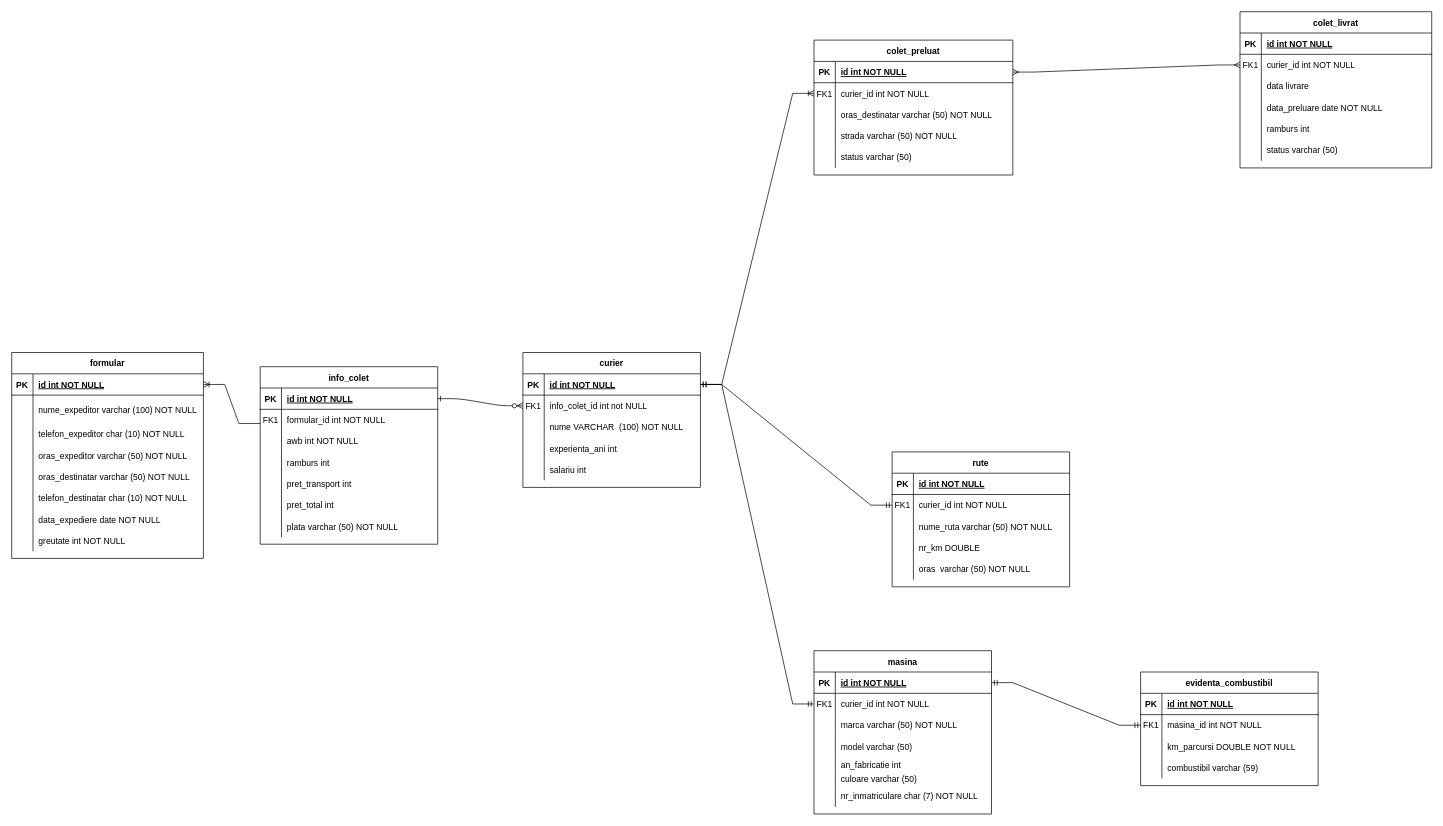
Earlier version of the draw.io diagram Examen.drawio (AndreeaRusanda/examen_sem1_db). Source tidied: cells renumbered, new cells numbered last; positions are measured from the earlier drawing's top-left corner, leaving out a move shared by most shapes. Both pictures are drawn from the tidied source at 71%, with x=0, y=0 at pixel (11, 11).
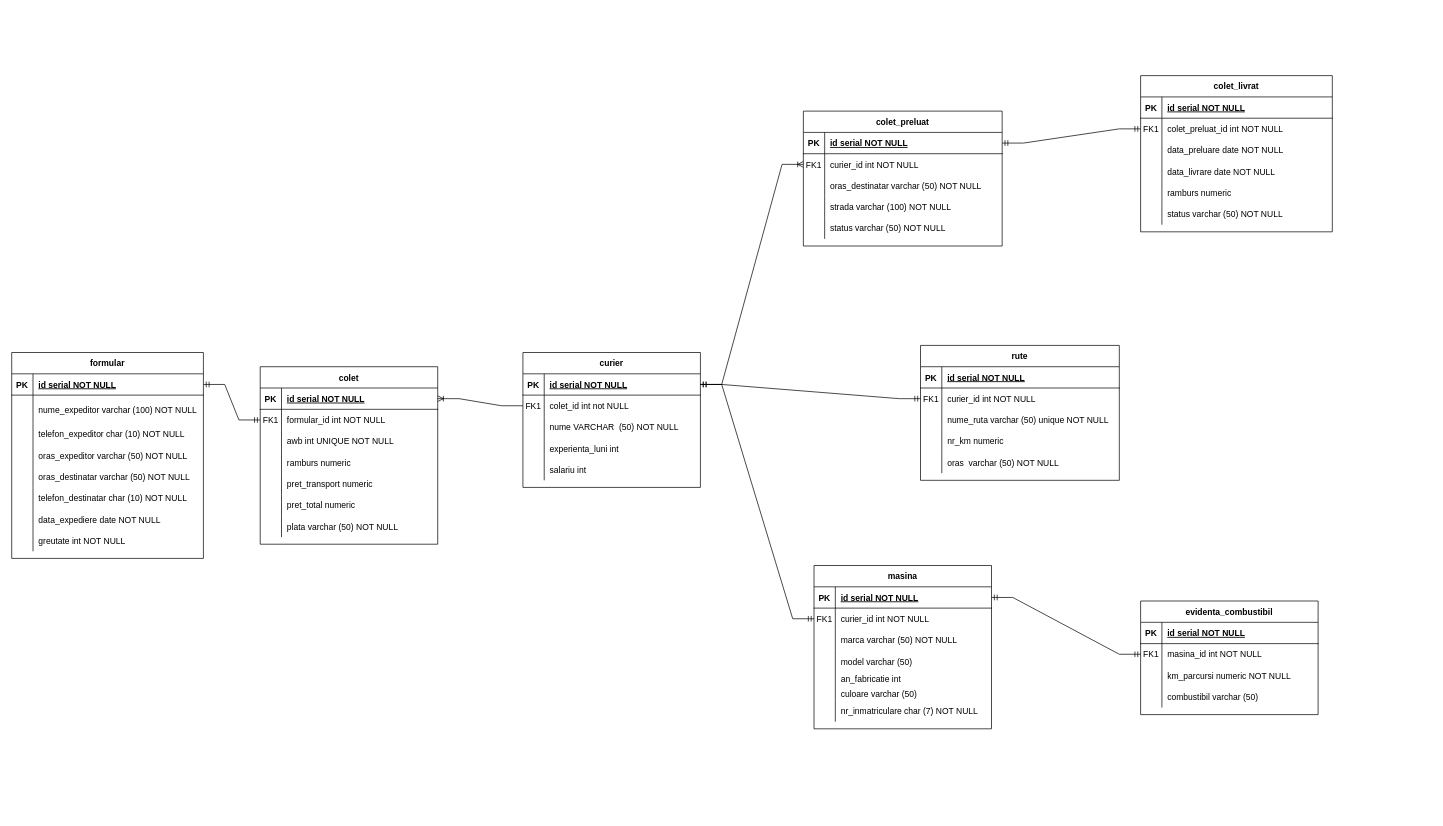
After the change.

The change refers to these unchanged cells:
```xml
<mxCell id="4" style="shape=partialRectangle;fillColor=none;points=[[0,0.5],[1,0.5]];portConstraint=eastwest;top=0;left=0;right=0;bottom=1;" parent="3" vertex="1">
  <mxGeometry y="30" width="250" height="30" as="geometry" />
</mxCell>
<mxCell id="7" style="shape=partialRectangle;fillColor=none;points=[[0,0.5],[1,0.5]];portConstraint=eastwest;top=0;left=0;right=0;bottom=0;" parent="3" vertex="1">
  <mxGeometry y="60" width="250" height="30" as="geometry" />
</mxCell>
<mxCell id="10" style="shape=partialRectangle;fillColor=none;top=0;left=0;right=0;bottom=0;" parent="3" vertex="1">
  <mxGeometry y="90" width="250" height="30" as="geometry" />
</mxCell>
<mxCell id="13" style="shape=partialRectangle;fillColor=none;top=0;left=0;right=0;bottom=0;" parent="3" vertex="1">
  <mxGeometry y="120" width="250" height="30" as="geometry" />
</mxCell>
<mxCell id="16" style="shape=partialRectangle;fillColor=none;top=0;left=0;right=0;bottom=0;" parent="3" vertex="1">
  <mxGeometry y="150" width="250" height="30" as="geometry" />
</mxCell>
<mxCell id="19" style="shape=partialRectangle;fillColor=none;top=0;left=0;right=0;bottom=0;" parent="3" vertex="1">
  <mxGeometry y="180" width="250" height="30" as="geometry" />
</mxCell>
<mxCell id="26" style="shape=partialRectangle;fillColor=none;points=[[0,0.5],[1,0.5]];portConstraint=eastwest;top=0;left=0;right=0;bottom=1;" parent="25" vertex="1">
  <mxGeometry y="30" width="280" height="30" as="geometry" />
</mxCell>
<mxCell id="35" style="shape=partialRectangle;fillColor=none;top=0;left=0;right=0;bottom=0;" parent="25" vertex="1">
  <mxGeometry y="120" width="280" height="30" as="geometry" />
</mxCell>
<mxCell id="38" style="shape=partialRectangle;fillColor=none;top=0;left=0;right=0;bottom=0;" parent="25" vertex="1">
  <mxGeometry y="150" width="280" height="30" as="geometry" />
</mxCell>
<mxCell id="42" style="shape=partialRectangle;fillColor=none;points=[[0,0.5],[1,0.5]];portConstraint=eastwest;top=0;left=0;right=0;bottom=1;" parent="41" vertex="1">
  <mxGeometry y="30" width="270" height="30" as="geometry" />
</mxCell>
<mxCell id="67" style="shape=partialRectangle;fillColor=none;top=0;left=0;right=0;bottom=1;" parent="66" vertex="1">
  <mxGeometry y="30" width="270" height="30" as="geometry" />
</mxCell>
<mxCell id="70" style="shape=partialRectangle;fillColor=none;points=[[0,0.5],[1,0.5]];portConstraint=eastwest;top=0;left=0;right=0;bottom=0;" parent="66" vertex="1">
  <mxGeometry y="60" width="270" height="30" as="geometry" />
</mxCell>
<mxCell id="73" style="shape=partialRectangle;fillColor=none;top=0;left=0;right=0;bottom=0;" parent="66" vertex="1">
  <mxGeometry y="90" width="270" height="30" as="geometry" />
</mxCell>
<mxCell id="76" style="shape=partialRectangle;fillColor=none;top=0;left=0;right=0;bottom=0;" parent="66" vertex="1">
  <mxGeometry y="120" width="270" height="30" as="geometry" />
</mxCell>
<mxCell id="79" style="shape=partialRectangle;fillColor=none;top=0;left=0;right=0;bottom=0;" parent="66" vertex="1">
  <mxGeometry y="150" width="270" height="30" as="geometry" />
</mxCell>
<mxCell id="82" style="shape=partialRectangle;fillColor=none;top=0;left=0;right=0;bottom=0;" parent="66" vertex="1">
  <mxGeometry y="180" width="270" height="30" as="geometry" />
</mxCell>
<mxCell id="86" style="shape=partialRectangle;fillColor=none;top=0;left=0;right=0;bottom=1;" parent="85" vertex="1">
  <mxGeometry y="30" width="250" height="30" as="geometry" />
</mxCell>
<mxCell id="92" style="shape=partialRectangle;fillColor=none;top=0;left=0;right=0;bottom=0;" parent="85" vertex="1">
  <mxGeometry y="90" width="250" height="30" as="geometry" />
</mxCell>
<mxCell id="95" style="shape=partialRectangle;fillColor=none;top=0;left=0;right=0;bottom=0;" parent="85" vertex="1">
  <mxGeometry y="120" width="250" height="30" as="geometry" />
</mxCell>
<mxCell id="99" style="shape=partialRectangle;fillColor=none;points=[[0,0.5],[1,0.5]];portConstraint=eastwest;top=0;left=0;right=0;bottom=1;" parent="98" vertex="1">
  <mxGeometry y="30" width="250" height="30" as="geometry" />
</mxCell>
<mxCell id="121" style="shape=partialRectangle;fillColor=none;points=[[0,0.5],[1,0.5]];portConstraint=eastwest;top=0;left=0;right=0;bottom=1;" parent="120" vertex="1">
  <mxGeometry y="30" width="250" height="30" as="geometry" />
</mxCell>
<mxCell id="124" style="shape=partialRectangle;fillColor=none;points=[[0,0.5],[1,0.5]];portConstraint=eastwest;top=0;left=0;right=0;bottom=0;" parent="120" vertex="1">
  <mxGeometry y="60" width="250" height="30" as="geometry" />
</mxCell>
<mxCell id="127" style="shape=partialRectangle;fillColor=none;top=0;left=0;right=0;bottom=0;" parent="120" vertex="1">
  <mxGeometry y="90" width="250" height="30" as="geometry" />
</mxCell>
<mxCell id="130" style="shape=partialRectangle;fillColor=none;top=0;left=0;right=0;bottom=0;" parent="120" vertex="1">
  <mxGeometry y="120" width="250" height="30" as="geometry" />
</mxCell>
```

The edit, as a diff of the source:
```diff
@@
-    <mxCell id="2" style="edgeStyle=entityRelationEdgeStyle;endArrow=ERzeroToMany;startArrow=ERone;endFill=1;startFill=0;" parent="1" edge="1" source="4" target="124">
-      <mxGeometry relative="1" as="geometry" />
-    </mxCell>
-    <mxCell id="3" value="info_colet" style="shape=table;startSize=30;childLayout=tableLayout;rowLines=0;fontStyle=1;align=center;" parent="1" vertex="1">
+    <mxCell id="3" value="colet" style="shape=table;startSize=30;childLayout=tableLayout;rowLines=0;fontStyle=1;align=center;" parent="1" vertex="1">
       <mxGeometry x="350" y="500" width="250" height="250" as="geometry" />
     </mxCell>
@@
-    <mxCell id="6" value="id int NOT NULL " style="shape=partialRectangle;overflow=hidden;fillColor=none;top=0;left=0;bottom=0;right=0;align=left;spacingLeft=6;fontStyle=5;" parent="4" vertex="1">
+    <mxCell id="6" value="id serial NOT NULL " style="shape=partialRectangle;overflow=hidden;fillColor=none;top=0;left=0;bottom=0;right=0;align=left;spacingLeft=6;fontStyle=5;" parent="4" vertex="1">
       <mxGeometry x="30" width="220" height="30" as="geometry" />
     </mxCell>
@@
-    <mxCell id="12" value="awb int NOT NULL" style="shape=partialRectangle;overflow=hidden;fillColor=none;top=0;left=0;bottom=0;right=0;align=left;spacingLeft=6;" parent="10" vertex="1">
+    <mxCell id="12" value="awb int UNIQUE NOT NULL" style="shape=partialRectangle;overflow=hidden;fillColor=none;top=0;left=0;bottom=0;right=0;align=left;spacingLeft=6;" parent="10" vertex="1">
       <mxGeometry x="30" width="220" height="30" as="geometry" />
     </mxCell>
@@
-    <mxCell id="15" value="ramburs int" style="shape=partialRectangle;overflow=hidden;fillColor=none;top=0;left=0;bottom=0;right=0;align=left;spacingLeft=6;" parent="13" vertex="1">
+    <mxCell id="15" value="ramburs numeric" style="shape=partialRectangle;overflow=hidden;fillColor=none;top=0;left=0;bottom=0;right=0;align=left;spacingLeft=6;" parent="13" vertex="1">
       <mxGeometry x="30" width="220" height="30" as="geometry" />
     </mxCell>
@@
-    <mxCell id="18" value="pret_transport int" style="shape=partialRectangle;overflow=hidden;fillColor=none;top=0;left=0;bottom=0;right=0;align=left;spacingLeft=6;" parent="16" vertex="1">
+    <mxCell id="18" value="pret_transport numeric" style="shape=partialRectangle;overflow=hidden;fillColor=none;top=0;left=0;bottom=0;right=0;align=left;spacingLeft=6;" parent="16" vertex="1">
       <mxGeometry x="30" width="220" height="30" as="geometry" />
     </mxCell>
@@
-    <mxCell id="21" value="pret_total int" style="shape=partialRectangle;overflow=hidden;fillColor=none;top=0;left=0;bottom=0;right=0;align=left;spacingLeft=6;" parent="19" vertex="1">
+    <mxCell id="21" value="pret_total numeric" style="shape=partialRectangle;overflow=hidden;fillColor=none;top=0;left=0;bottom=0;right=0;align=left;spacingLeft=6;" parent="19" vertex="1">
       <mxGeometry x="30" width="220" height="30" as="geometry" />
     </mxCell>
@@
     <mxCell id="25" value="colet_preluat" style="shape=table;startSize=30;childLayout=tableLayout;rowLines=0;fontStyle=1;align=center;" parent="1" vertex="1">
-      <mxGeometry x="1130" y="40" width="280" height="190" as="geometry" />
+      <mxGeometry x="1115" y="140" width="280" height="190" as="geometry" />
     </mxCell>
@@
-    <mxCell id="28" value="id int NOT NULL " style="shape=partialRectangle;overflow=hidden;fillColor=none;top=0;left=0;bottom=0;right=0;align=left;spacingLeft=6;fontStyle=5;" parent="26" vertex="1">
+    <mxCell id="28" value="id serial NOT NULL " style="shape=partialRectangle;overflow=hidden;fillColor=none;top=0;left=0;bottom=0;right=0;align=left;spacingLeft=6;fontStyle=5;" parent="26" vertex="1">
       <mxGeometry x="30" width="250" height="30" as="geometry" />
     </mxCell>
@@
-    <mxCell id="37" value="strada varchar (50) NOT NULL" style="shape=partialRectangle;overflow=hidden;fillColor=none;top=0;left=0;bottom=0;right=0;align=left;spacingLeft=6;" parent="35" vertex="1">
+    <mxCell id="37" value="strada varchar (100) NOT NULL" style="shape=partialRectangle;overflow=hidden;fillColor=none;top=0;left=0;bottom=0;right=0;align=left;spacingLeft=6;" parent="35" vertex="1">
       <mxGeometry x="30" width="250" height="30" as="geometry" />
     </mxCell>
@@
-    <mxCell id="40" value="status varchar (50)" style="shape=partialRectangle;overflow=hidden;fillColor=none;top=0;left=0;bottom=0;right=0;align=left;spacingLeft=6;" parent="38" vertex="1">
+    <mxCell id="40" value="status varchar (50) NOT NULL" style="shape=partialRectangle;overflow=hidden;fillColor=none;top=0;left=0;bottom=0;right=0;align=left;spacingLeft=6;" parent="38" vertex="1">
       <mxGeometry x="30" width="250" height="30" as="geometry" />
     </mxCell>
@@
-    <mxCell id="44" value="id int NOT NULL " style="shape=partialRectangle;overflow=hidden;fillColor=none;top=0;left=0;bottom=0;right=0;align=left;spacingLeft=6;fontStyle=5;" parent="42" vertex="1">
+    <mxCell id="44" value="id serial NOT NULL " style="shape=partialRectangle;overflow=hidden;fillColor=none;top=0;left=0;bottom=0;right=0;align=left;spacingLeft=6;fontStyle=5;" parent="42" vertex="1">
       <mxGeometry x="30" width="240" height="30" as="geometry" />
     </mxCell>
@@
     <mxCell id="66" value="colet_livrat" style="shape=table;startSize=30;childLayout=tableLayout;rowLines=0;fontStyle=1;align=center;" parent="1" vertex="1">
-      <mxGeometry x="1730" width="270" height="220" as="geometry" />
+      <mxGeometry x="1590" y="90" width="270" height="220" as="geometry" />
     </mxCell>
@@
-    <mxCell id="69" value="id int NOT NULL " style="shape=partialRectangle;overflow=hidden;fillColor=none;top=0;left=0;bottom=0;right=0;align=left;spacingLeft=6;fontStyle=5;" parent="67" vertex="1">
+    <mxCell id="69" value="id serial NOT NULL " style="shape=partialRectangle;overflow=hidden;fillColor=none;top=0;left=0;bottom=0;right=0;align=left;spacingLeft=6;fontStyle=5;" parent="67" vertex="1">
       <mxGeometry x="30" width="240" height="30" as="geometry" />
     </mxCell>
@@
-    <mxCell id="72" value="curier_id int NOT NULL" style="shape=partialRectangle;overflow=hidden;fillColor=none;top=0;left=0;bottom=0;right=0;align=left;spacingLeft=6;" parent="70" vertex="1">
+    <mxCell id="72" value="colet_preluat_id int NOT NULL" style="shape=partialRectangle;overflow=hidden;fillColor=none;top=0;left=0;bottom=0;right=0;align=left;spacingLeft=6;" parent="70" vertex="1">
       <mxGeometry x="30" width="240" height="30" as="geometry" />
     </mxCell>
@@
-    <mxCell id="75" value="data livrare" style="shape=partialRectangle;overflow=hidden;fillColor=none;top=0;left=0;bottom=0;right=0;align=left;spacingLeft=6;" parent="73" vertex="1">
+    <mxCell id="75" value="data_preluare date NOT NULL" style="shape=partialRectangle;overflow=hidden;fillColor=none;top=0;left=0;bottom=0;right=0;align=left;spacingLeft=6;" parent="73" vertex="1">
       <mxGeometry x="30" width="240" height="30" as="geometry" />
     </mxCell>
@@
-    <mxCell id="78" value="data_preluare date NOT NULL" style="shape=partialRectangle;overflow=hidden;fillColor=none;top=0;left=0;bottom=0;right=0;align=left;spacingLeft=6;" parent="76" vertex="1">
+    <mxCell id="78" value="data_livrare date NOT NULL" style="shape=partialRectangle;overflow=hidden;fillColor=none;top=0;left=0;bottom=0;right=0;align=left;spacingLeft=6;" parent="76" vertex="1">
       <mxGeometry x="30" width="240" height="30" as="geometry" />
     </mxCell>
@@
-    <mxCell id="81" value="ramburs int" style="shape=partialRectangle;overflow=hidden;fillColor=none;top=0;left=0;bottom=0;right=0;align=left;spacingLeft=6;" parent="79" vertex="1">
+    <mxCell id="81" value="ramburs numeric" style="shape=partialRectangle;overflow=hidden;fillColor=none;top=0;left=0;bottom=0;right=0;align=left;spacingLeft=6;" parent="79" vertex="1">
       <mxGeometry x="30" width="240" height="30" as="geometry" />
     </mxCell>
@@
-    <mxCell id="84" value="status varchar (50)" style="shape=partialRectangle;overflow=hidden;fillColor=none;top=0;left=0;bottom=0;right=0;align=left;spacingLeft=6;" parent="82" vertex="1">
+    <mxCell id="84" value="status varchar (50) NOT NULL" style="shape=partialRectangle;overflow=hidden;fillColor=none;top=0;left=0;bottom=0;right=0;align=left;spacingLeft=6;" parent="82" vertex="1">
       <mxGeometry x="30" width="240" height="30" as="geometry" />
     </mxCell>
     <mxCell id="85" value="evidenta_combustibil" style="shape=table;startSize=30;childLayout=tableLayout;rowLines=0;fontStyle=1;align=center;" parent="1" vertex="1">
-      <mxGeometry x="1590" y="930" width="250" height="160" as="geometry" />
+      <mxGeometry x="1590" y="830" width="250" height="160" as="geometry" />
     </mxCell>
@@
-    <mxCell id="88" value="id int NOT NULL " style="shape=partialRectangle;overflow=hidden;fillColor=none;top=0;left=0;bottom=0;right=0;align=left;spacingLeft=6;fontStyle=5;" parent="86" vertex="1">
+    <mxCell id="88" value="id serial NOT NULL " style="shape=partialRectangle;overflow=hidden;fillColor=none;top=0;left=0;bottom=0;right=0;align=left;spacingLeft=6;fontStyle=5;" parent="86" vertex="1">
       <mxGeometry x="30" width="220" height="30" as="geometry" />
     </mxCell>
@@
-    <mxCell id="94" value="km_parcursi DOUBLE NOT NULL" style="shape=partialRectangle;overflow=hidden;fillColor=none;top=0;left=0;bottom=0;right=0;align=left;spacingLeft=6;" parent="92" vertex="1">
+    <mxCell id="94" value="km_parcursi numeric NOT NULL" style="shape=partialRectangle;overflow=hidden;fillColor=none;top=0;left=0;bottom=0;right=0;align=left;spacingLeft=6;" parent="92" vertex="1">
       <mxGeometry x="30" width="220" height="30" as="geometry" />
     </mxCell>
@@
-    <mxCell id="97" value="combustibil varchar (59)" style="shape=partialRectangle;overflow=hidden;fillColor=none;top=0;left=0;bottom=0;right=0;align=left;spacingLeft=6;" parent="95" vertex="1">
+    <mxCell id="97" value="combustibil varchar (50)" style="shape=partialRectangle;overflow=hidden;fillColor=none;top=0;left=0;bottom=0;right=0;align=left;spacingLeft=6;" parent="95" vertex="1">
       <mxGeometry x="30" width="220" height="30" as="geometry" />
     </mxCell>
     <mxCell id="98" value="masina" style="shape=table;startSize=30;childLayout=tableLayout;rowLines=0;fontStyle=1;align=center;" parent="1" vertex="1">
-      <mxGeometry x="1130" y="900" width="250" height="230" as="geometry" />
+      <mxGeometry x="1130" y="780" width="250" height="230" as="geometry" />
     </mxCell>
@@
-    <mxCell id="101" value="id int NOT NULL " style="shape=partialRectangle;overflow=hidden;fillColor=none;top=0;left=0;bottom=0;right=0;align=left;spacingLeft=6;fontStyle=5;" parent="99" vertex="1">
+    <mxCell id="101" value="id serial NOT NULL " style="shape=partialRectangle;overflow=hidden;fillColor=none;top=0;left=0;bottom=0;right=0;align=left;spacingLeft=6;fontStyle=5;" parent="99" vertex="1">
       <mxGeometry x="30" width="220" height="30" as="geometry" />
     </mxCell>
@@
-    <mxCell id="123" value="id int NOT NULL " style="shape=partialRectangle;overflow=hidden;fillColor=none;top=0;left=0;bottom=0;right=0;align=left;spacingLeft=6;fontStyle=5;" parent="121" vertex="1">
+    <mxCell id="123" value="id serial NOT NULL " style="shape=partialRectangle;overflow=hidden;fillColor=none;top=0;left=0;bottom=0;right=0;align=left;spacingLeft=6;fontStyle=5;" parent="121" vertex="1">
       <mxGeometry x="30" width="220" height="30" as="geometry" />
     </mxCell>
@@
-    <mxCell id="126" value="info_colet_id int not NULL" style="shape=partialRectangle;overflow=hidden;fillColor=none;top=0;left=0;bottom=0;right=0;align=left;spacingLeft=6;" parent="124" vertex="1">
+    <mxCell id="126" value="colet_id int not NULL" style="shape=partialRectangle;overflow=hidden;fillColor=none;top=0;left=0;bottom=0;right=0;align=left;spacingLeft=6;" parent="124" vertex="1">
       <mxGeometry x="30" width="220" height="30" as="geometry" />
     </mxCell>
@@
-    <mxCell id="129" value="nume VARCHAR  (100) NOT NULL" style="shape=partialRectangle;overflow=hidden;fillColor=none;top=0;left=0;bottom=0;right=0;align=left;spacingLeft=6;" parent="127" vertex="1">
+    <mxCell id="129" value="nume VARCHAR  (50) NOT NULL" style="shape=partialRectangle;overflow=hidden;fillColor=none;top=0;left=0;bottom=0;right=0;align=left;spacingLeft=6;" parent="127" vertex="1">
       <mxGeometry x="30" width="220" height="30" as="geometry" />
     </mxCell>
@@
-    <mxCell id="132" value="experienta_ani int" style="shape=partialRectangle;overflow=hidden;fillColor=none;top=0;left=0;bottom=0;right=0;align=left;spacingLeft=6;" parent="130" vertex="1">
+    <mxCell id="132" value="experienta_luni int" style="shape=partialRectangle;overflow=hidden;fillColor=none;top=0;left=0;bottom=0;right=0;align=left;spacingLeft=6;" parent="130" vertex="1">
       <mxGeometry x="30" width="220" height="30" as="geometry" />
     </mxCell>
@@
     <mxCell id="136" value="rute" style="shape=table;startSize=30;childLayout=tableLayout;rowLines=0;fontStyle=1;align=center;" parent="1" vertex="1">
-      <mxGeometry x="1240" y="620" width="250" height="190" as="geometry" />
+      <mxGeometry x="1280" y="470" width="280" height="190" as="geometry" />
     </mxCell>
     <mxCell id="137" style="shape=partialRectangle;fillColor=none;top=0;left=0;right=0;bottom=1;" parent="136" vertex="1">
-      <mxGeometry y="30" width="250" height="30" as="geometry" />
+      <mxGeometry y="30" width="280" height="30" as="geometry" />
     </mxCell>
@@
-    <mxCell id="139" value="id int NOT NULL " style="shape=partialRectangle;overflow=hidden;fillColor=none;top=0;left=0;bottom=0;right=0;align=left;spacingLeft=6;fontStyle=5;" parent="137" vertex="1">
-      <mxGeometry x="30" width="220" height="30" as="geometry" />
+    <mxCell id="139" value="id serial NOT NULL " style="shape=partialRectangle;overflow=hidden;fillColor=none;top=0;left=0;bottom=0;right=0;align=left;spacingLeft=6;fontStyle=5;" parent="137" vertex="1">
+      <mxGeometry x="30" width="250" height="30" as="geometry" />
     </mxCell>
     <mxCell id="140" style="shape=partialRectangle;fillColor=none;points=[[0,0.5],[1,0.5]];portConstraint=eastwest;top=0;left=0;right=0;bottom=0;" parent="136" vertex="1">
-      <mxGeometry y="60" width="250" height="30" as="geometry" />
+      <mxGeometry y="60" width="280" height="30" as="geometry" />
     </mxCell>
@@
     <mxCell id="142" value="curier_id int NOT NULL" style="shape=partialRectangle;overflow=hidden;fillColor=none;top=0;left=0;bottom=0;right=0;align=left;spacingLeft=6;" parent="140" vertex="1">
-      <mxGeometry x="30" width="220" height="30" as="geometry" />
+      <mxGeometry x="30" width="250" height="30" as="geometry" />
     </mxCell>
     <mxCell id="143" style="shape=partialRectangle;fillColor=none;top=0;left=0;right=0;bottom=0;" parent="136" vertex="1">
-      <mxGeometry y="90" width="250" height="30" as="geometry" />
+      <mxGeometry y="90" width="280" height="30" as="geometry" />
     </mxCell>
@@
-    <mxCell id="145" value="nume_ruta varchar (50) NOT NULL" style="shape=partialRectangle;overflow=hidden;fillColor=none;top=0;left=0;bottom=0;right=0;align=left;spacingLeft=6;" parent="143" vertex="1">
-      <mxGeometry x="30" width="220" height="30" as="geometry" />
+    <mxCell id="145" value="nume_ruta varchar (50) unique NOT NULL" style="shape=partialRectangle;overflow=hidden;fillColor=none;top=0;left=0;bottom=0;right=0;align=left;spacingLeft=6;" parent="143" vertex="1">
+      <mxGeometry x="30" width="250" height="30" as="geometry" />
     </mxCell>
     <mxCell id="146" style="shape=partialRectangle;fillColor=none;top=0;left=0;right=0;bottom=0;" parent="136" vertex="1">
-      <mxGeometry y="120" width="250" height="30" as="geometry" />
+      <mxGeometry y="120" width="280" height="30" as="geometry" />
     </mxCell>
@@
-    <mxCell id="148" value="nr_km DOUBLE" style="shape=partialRectangle;overflow=hidden;fillColor=none;top=0;left=0;bottom=0;right=0;align=left;spacingLeft=6;" parent="146" vertex="1">
-      <mxGeometry x="30" width="220" height="30" as="geometry" />
+    <mxCell id="148" value="nr_km numeric" style="shape=partialRectangle;overflow=hidden;fillColor=none;top=0;left=0;bottom=0;right=0;align=left;spacingLeft=6;" parent="146" vertex="1">
+      <mxGeometry x="30" width="250" height="30" as="geometry" />
     </mxCell>
     <mxCell id="149" style="shape=partialRectangle;fillColor=none;top=0;left=0;right=0;bottom=0;" parent="136" vertex="1">
-      <mxGeometry y="150" width="250" height="30" as="geometry" />
+      <mxGeometry y="150" width="280" height="30" as="geometry" />
     </mxCell>
@@
     <mxCell id="151" value="oras  varchar (50) NOT NULL" style="shape=partialRectangle;overflow=hidden;fillColor=none;top=0;left=0;bottom=0;right=0;align=left;spacingLeft=6;" parent="149" vertex="1">
-      <mxGeometry x="30" width="220" height="30" as="geometry" />
+      <mxGeometry x="30" width="250" height="30" as="geometry" />
     </mxCell>
@@
-    <mxCell id="154" style="edgeStyle=entityRelationEdgeStyle;fontSize=12;html=1;endArrow=ERoneToMany;rounded=0;entryX=1;entryY=0.5;entryDx=0;entryDy=0;exitX=0;exitY=0.667;exitDx=0;exitDy=0;exitPerimeter=0;" parent="1" edge="1" source="7" target="42">
-      <mxGeometry relative="1" as="geometry" />
-    </mxCell>
@@
+    <mxCell id="158" style="edgeStyle=entityRelationEdgeStyle;fontSize=12;html=1;endArrow=ERmandOne;startArrow=ERmandOne;rounded=0;" parent="1" edge="1" source="42" target="7">
+      <mxGeometry relative="1" as="geometry" />
+    </mxCell>
+    <mxCell id="159" style="edgeStyle=entityRelationEdgeStyle;fontSize=12;html=1;endArrow=ERoneToMany;rounded=0;" parent="1" edge="1" source="124" target="4">
+      <mxGeometry relative="1" as="geometry" />
+    </mxCell>
-    <mxCell id="157" style="edgeStyle=entityRelationEdgeStyle;fontSize=12;html=1;endArrow=ERmany;startArrow=ERmany;rounded=0;" parent="1" edge="1" source="26" target="70">
+    <mxCell id="157" style="edgeStyle=entityRelationEdgeStyle;fontSize=12;html=1;endArrow=ERmandOne;startArrow=ERmandOne;rounded=0;" parent="1" edge="1" source="26" target="70">
       <mxGeometry relative="1" as="geometry" />
     </mxCell>
```
